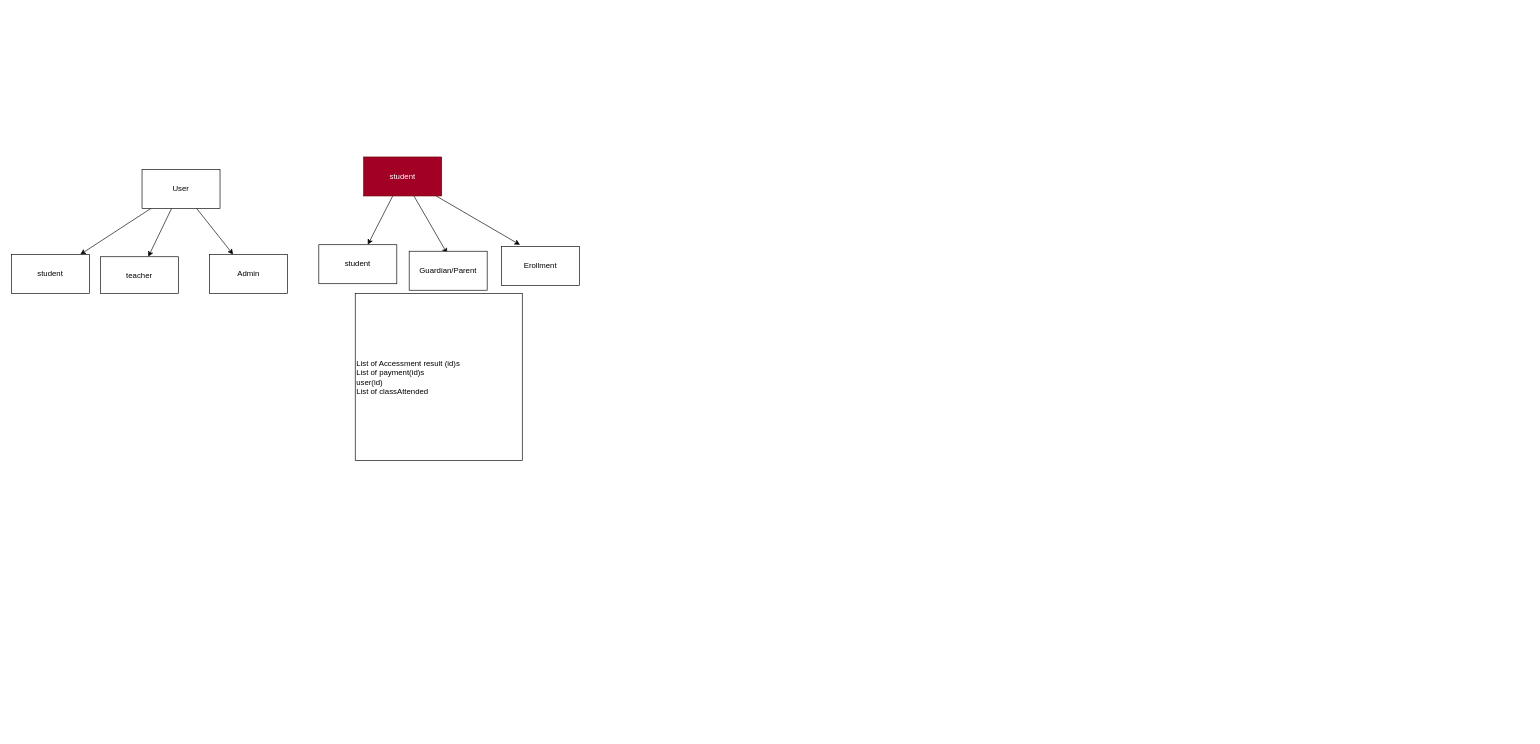
hakeem2499/SchoolAutomation keeps this draw.io diagram as app.drawio. Above is the earlier version. Source tidied: cells renumbered, new cells numbered last; positions are measured from the earlier drawing's top-left corner, leaving out a move shared by most shapes. Both pictures are drawn from the tidied source at 65%, with x=0, y=0 at pixel (11, 157).
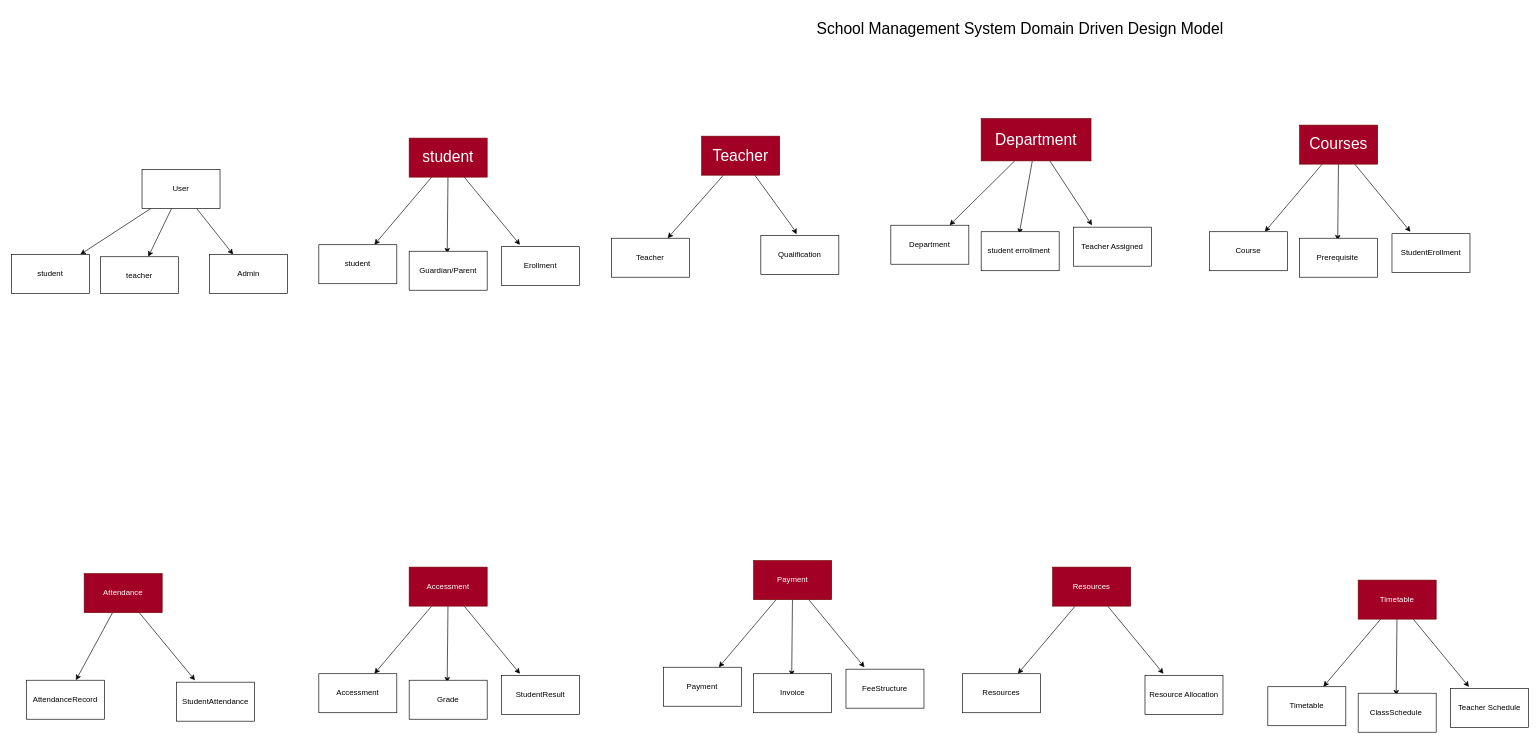
After the change.

What changed in the source:
```diff
@@
-    <mxCell id="12" value="student" style="rounded=0;whiteSpace=wrap;html=1;fillColor=#a20025;fontColor=#ffffff;strokeColor=#6F0000;" parent="1" vertex="1">
-      <mxGeometry x="542" width="120" height="60" as="geometry" />
+    <mxCell id="12" value="&lt;font style=&quot;font-size: 24px;&quot;&gt;student&lt;/font&gt;" style="rounded=0;whiteSpace=wrap;html=1;fillColor=#a20025;fontColor=#ffffff;strokeColor=#6F0000;" parent="1" vertex="1">
+      <mxGeometry x="612" y="-29" width="120" height="60" as="geometry" />
     </mxCell>
@@
-    <mxCell id="16" value="List of Accessment result (id)s&lt;br&gt;List of payment(id)s&lt;br&gt;user(id)&lt;br&gt;List of classAttended" style="whiteSpace=wrap;html=1;align=left;" parent="1" vertex="1">
-      <mxGeometry x="529" y="210" width="257" height="257" as="geometry" />
-    </mxCell>
+    <mxCell id="17" style="edgeStyle=none;html=1;" parent="1" edge="1" source="19" target="20">
+      <mxGeometry relative="1" as="geometry" />
+    </mxCell>
+    <mxCell id="18" style="edgeStyle=none;html=1;" parent="1" edge="1" source="19">
+      <mxGeometry relative="1" as="geometry">
+        <mxPoint x="1208" y="119" as="targetPoint" />
+        <Array as="points">
+          <mxPoint x="1204" y="111" />
+        </Array>
+      </mxGeometry>
+    </mxCell>
+    <mxCell id="19" value="&lt;font style=&quot;font-size: 24px;&quot;&gt;Teacher&lt;/font&gt;" style="rounded=0;whiteSpace=wrap;html=1;fillColor=#a20025;fontColor=#ffffff;strokeColor=#6F0000;" parent="1" vertex="1">
+      <mxGeometry x="1062" y="-32" width="120" height="60" as="geometry" />
+    </mxCell>
+    <mxCell id="20" value="Teacher" style="rounded=0;whiteSpace=wrap;html=1;" parent="1" vertex="1">
+      <mxGeometry x="923" y="125" width="120" height="60" as="geometry" />
+    </mxCell>
+    <mxCell id="21" value="Qualification" style="rounded=0;whiteSpace=wrap;html=1;" parent="1" vertex="1">
+      <mxGeometry x="1153" y="121" width="120" height="60" as="geometry" />
+    </mxCell>
+    <mxCell id="22" style="edgeStyle=none;html=1;" parent="1" edge="1" source="25" target="26">
+      <mxGeometry relative="1" as="geometry" />
+    </mxCell>
+    <mxCell id="23" style="edgeStyle=none;html=1;" parent="1" edge="1" source="25">
+      <mxGeometry relative="1" as="geometry">
+        <mxPoint x="1550.5" y="118.6" as="targetPoint" />
+      </mxGeometry>
+    </mxCell>
+    <mxCell id="24" style="edgeStyle=none;html=1;" parent="1" edge="1" source="25">
+      <mxGeometry relative="1" as="geometry">
+        <mxPoint x="1662.5" y="105.1" as="targetPoint" />
+      </mxGeometry>
+    </mxCell>
+    <mxCell id="25" value="&lt;font style=&quot;font-size: 24px;&quot;&gt;Department&lt;/font&gt;" style="rounded=0;whiteSpace=wrap;html=1;fillColor=#a20025;fontColor=#ffffff;strokeColor=#6F0000;" parent="1" vertex="1">
+      <mxGeometry x="1492" y="-59" width="169" height="65" as="geometry" />
+    </mxCell>
+    <mxCell id="26" value="Department" style="rounded=0;whiteSpace=wrap;html=1;" parent="1" vertex="1">
+      <mxGeometry x="1353" y="105" width="120" height="60" as="geometry" />
+    </mxCell>
+    <mxCell id="27" value="student errollment&amp;nbsp;" style="rounded=0;whiteSpace=wrap;html=1;" parent="1" vertex="1">
+      <mxGeometry x="1492" y="115" width="120" height="60" as="geometry" />
+    </mxCell>
+    <mxCell id="28" value="Teacher Assigned" style="rounded=0;whiteSpace=wrap;html=1;" parent="1" vertex="1">
+      <mxGeometry x="1634" y="108" width="120" height="60" as="geometry" />
+    </mxCell>
+    <mxCell id="29" style="edgeStyle=none;html=1;" parent="1" edge="1" source="32" target="33">
+      <mxGeometry relative="1" as="geometry" />
+    </mxCell>
+    <mxCell id="30" style="edgeStyle=none;html=1;" parent="1" edge="1" source="32">
+      <mxGeometry relative="1" as="geometry">
+        <mxPoint x="670.5" y="808.6" as="targetPoint" />
+      </mxGeometry>
+    </mxCell>
+    <mxCell id="31" style="edgeStyle=none;html=1;" parent="1" edge="1" source="32">
+      <mxGeometry relative="1" as="geometry">
+        <mxPoint x="782.5" y="795.1" as="targetPoint" />
+      </mxGeometry>
+    </mxCell>
+    <mxCell id="32" value="Accessment" style="rounded=0;whiteSpace=wrap;html=1;fillColor=#a20025;fontColor=#ffffff;strokeColor=#6F0000;" parent="1" vertex="1">
+      <mxGeometry x="612" y="631" width="120" height="60" as="geometry" />
+    </mxCell>
+    <mxCell id="33" value="Accessment" style="rounded=0;whiteSpace=wrap;html=1;" parent="1" vertex="1">
+      <mxGeometry x="473" y="795" width="120" height="60" as="geometry" />
+    </mxCell>
+    <mxCell id="34" value="Grade" style="rounded=0;whiteSpace=wrap;html=1;" parent="1" vertex="1">
+      <mxGeometry x="612" y="805" width="120" height="60" as="geometry" />
+    </mxCell>
+    <mxCell id="35" value="StudentResult" style="rounded=0;whiteSpace=wrap;html=1;" parent="1" vertex="1">
+      <mxGeometry x="754" y="798" width="120" height="60" as="geometry" />
+    </mxCell>
+    <mxCell id="36" style="edgeStyle=none;html=1;" parent="1" edge="1" source="39" target="40">
+      <mxGeometry relative="1" as="geometry" />
+    </mxCell>
+    <mxCell id="37" style="edgeStyle=none;html=1;" parent="1" edge="1" source="39">
+      <mxGeometry relative="1" as="geometry">
+        <mxPoint x="1200.5" y="798.6" as="targetPoint" />
+      </mxGeometry>
+    </mxCell>
+    <mxCell id="38" style="edgeStyle=none;html=1;" parent="1" edge="1" source="39">
+      <mxGeometry relative="1" as="geometry">
+        <mxPoint x="1312.5" y="785.1" as="targetPoint" />
+      </mxGeometry>
+    </mxCell>
+    <mxCell id="39" value="Payment" style="rounded=0;whiteSpace=wrap;html=1;fillColor=#a20025;fontColor=#ffffff;strokeColor=#6F0000;" parent="1" vertex="1">
+      <mxGeometry x="1142" y="621" width="120" height="60" as="geometry" />
+    </mxCell>
+    <mxCell id="40" value="Payment" style="rounded=0;whiteSpace=wrap;html=1;" parent="1" vertex="1">
+      <mxGeometry x="1003" y="785" width="120" height="60" as="geometry" />
+    </mxCell>
+    <mxCell id="41" value="Invoice" style="rounded=0;whiteSpace=wrap;html=1;" parent="1" vertex="1">
+      <mxGeometry x="1142" y="795" width="120" height="60" as="geometry" />
+    </mxCell>
+    <mxCell id="42" value="FeeStructure" style="rounded=0;whiteSpace=wrap;html=1;" parent="1" vertex="1">
+      <mxGeometry x="1284" y="788" width="120" height="60" as="geometry" />
+    </mxCell>
+    <mxCell id="43" style="edgeStyle=none;html=1;" parent="1" edge="1" source="45" target="46">
+      <mxGeometry relative="1" as="geometry" />
+    </mxCell>
+    <mxCell id="44" style="edgeStyle=none;html=1;" parent="1" edge="1" source="45">
+      <mxGeometry relative="1" as="geometry">
+        <mxPoint x="1772.5" y="795.1" as="targetPoint" />
+      </mxGeometry>
+    </mxCell>
+    <mxCell id="45" value="Resources" style="rounded=0;whiteSpace=wrap;html=1;fillColor=#a20025;fontColor=#ffffff;strokeColor=#6F0000;" parent="1" vertex="1">
+      <mxGeometry x="1602" y="631" width="120" height="60" as="geometry" />
+    </mxCell>
+    <mxCell id="46" value="Resources" style="rounded=0;whiteSpace=wrap;html=1;" parent="1" vertex="1">
+      <mxGeometry x="1463" y="795" width="120" height="60" as="geometry" />
+    </mxCell>
+    <mxCell id="47" value="Resource Allocation" style="rounded=0;whiteSpace=wrap;html=1;" parent="1" vertex="1">
+      <mxGeometry x="1744" y="798" width="120" height="60" as="geometry" />
+    </mxCell>
+    <mxCell id="48" style="edgeStyle=none;html=1;" parent="1" edge="1" source="50" target="51">
+      <mxGeometry relative="1" as="geometry" />
+    </mxCell>
+    <mxCell id="49" style="edgeStyle=none;html=1;" parent="1" edge="1" source="50">
+      <mxGeometry relative="1" as="geometry">
+        <mxPoint x="282.5" y="805.1" as="targetPoint" />
+      </mxGeometry>
+    </mxCell>
+    <mxCell id="50" value="Attendance" style="rounded=0;whiteSpace=wrap;html=1;fillColor=#a20025;fontColor=#ffffff;strokeColor=#6F0000;" parent="1" vertex="1">
+      <mxGeometry x="112" y="641" width="120" height="60" as="geometry" />
+    </mxCell>
+    <mxCell id="51" value="AttendanceRecord" style="rounded=0;whiteSpace=wrap;html=1;" parent="1" vertex="1">
+      <mxGeometry x="23" y="805" width="120" height="60" as="geometry" />
+    </mxCell>
+    <mxCell id="52" value="StudentAttendance" style="rounded=0;whiteSpace=wrap;html=1;" parent="1" vertex="1">
+      <mxGeometry x="254" y="808" width="120" height="60" as="geometry" />
+    </mxCell>
+    <mxCell id="53" style="edgeStyle=none;html=1;" parent="1" edge="1" source="56" target="57">
+      <mxGeometry relative="1" as="geometry" />
+    </mxCell>
+    <mxCell id="54" style="edgeStyle=none;html=1;" parent="1" edge="1" source="56">
+      <mxGeometry relative="1" as="geometry">
+        <mxPoint x="2040.5" y="128.6" as="targetPoint" />
+      </mxGeometry>
+    </mxCell>
+    <mxCell id="55" style="edgeStyle=none;html=1;" parent="1" edge="1" source="56">
+      <mxGeometry relative="1" as="geometry">
+        <mxPoint x="2152.5" y="115.1" as="targetPoint" />
+      </mxGeometry>
+    </mxCell>
+    <mxCell id="56" value="&lt;font style=&quot;font-size: 24px;&quot;&gt;Courses&lt;/font&gt;" style="rounded=0;whiteSpace=wrap;html=1;fillColor=#a20025;fontColor=#ffffff;strokeColor=#6F0000;" parent="1" vertex="1">
+      <mxGeometry x="1982" y="-49" width="120" height="60" as="geometry" />
+    </mxCell>
+    <mxCell id="57" value="Course" style="rounded=0;whiteSpace=wrap;html=1;" parent="1" vertex="1">
+      <mxGeometry x="1843" y="115" width="120" height="60" as="geometry" />
+    </mxCell>
+    <mxCell id="58" value="Prerequisite&amp;nbsp;" style="rounded=0;whiteSpace=wrap;html=1;" parent="1" vertex="1">
+      <mxGeometry x="1982" y="125" width="120" height="60" as="geometry" />
+    </mxCell>
+    <mxCell id="59" value="StudentErollment" style="rounded=0;whiteSpace=wrap;html=1;" parent="1" vertex="1">
+      <mxGeometry x="2124" y="118" width="120" height="60" as="geometry" />
+    </mxCell>
+    <mxCell id="60" style="edgeStyle=none;html=1;" parent="1" edge="1" source="63" target="64">
+      <mxGeometry relative="1" as="geometry" />
+    </mxCell>
+    <mxCell id="61" style="edgeStyle=none;html=1;" parent="1" edge="1" source="63">
+      <mxGeometry relative="1" as="geometry">
+        <mxPoint x="2130.5" y="828.6" as="targetPoint" />
+      </mxGeometry>
+    </mxCell>
+    <mxCell id="62" style="edgeStyle=none;html=1;" parent="1" edge="1" source="63">
+      <mxGeometry relative="1" as="geometry">
+        <mxPoint x="2242.5" y="815.1" as="targetPoint" />
+      </mxGeometry>
+    </mxCell>
+    <mxCell id="63" value="Timetable" style="rounded=0;whiteSpace=wrap;html=1;fillColor=#a20025;fontColor=#ffffff;strokeColor=#6F0000;" parent="1" vertex="1">
+      <mxGeometry x="2072" y="651" width="120" height="60" as="geometry" />
+    </mxCell>
+    <mxCell id="64" value="Timetable" style="rounded=0;whiteSpace=wrap;html=1;" parent="1" vertex="1">
+      <mxGeometry x="1933" y="815" width="120" height="60" as="geometry" />
+    </mxCell>
+    <mxCell id="65" value="ClassSchedule&amp;nbsp;" style="rounded=0;whiteSpace=wrap;html=1;" parent="1" vertex="1">
+      <mxGeometry x="2072" y="825" width="120" height="60" as="geometry" />
+    </mxCell>
+    <mxCell id="66" value="Teacher Schedule" style="rounded=0;whiteSpace=wrap;html=1;" parent="1" vertex="1">
+      <mxGeometry x="2214" y="818" width="120" height="60" as="geometry" />
+    </mxCell>
+    <mxCell id="67" value="School Management System Domain Driven Design Model" style="text;html=1;strokeColor=none;fillColor=none;align=center;verticalAlign=middle;whiteSpace=wrap;rounded=0;fontSize=24;" parent="1" vertex="1">
+      <mxGeometry x="1174" y="-224" width="756" height="54" as="geometry" />
+    </mxCell>
```
